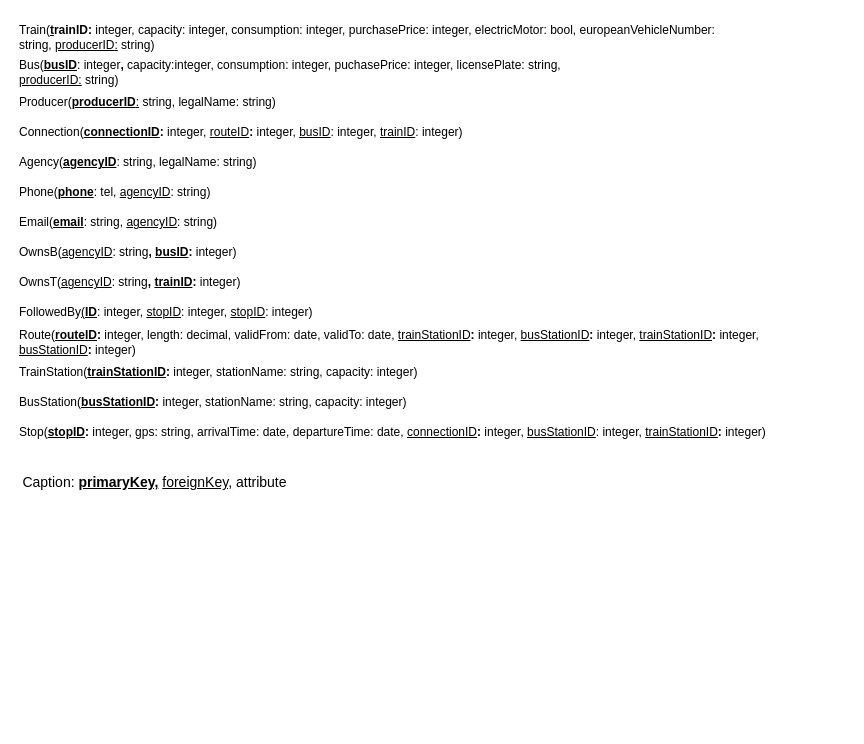
Above: 4/model/relational.drawio in zhukovdm/T1G4 (draw.io), before the change. Source tidied: cells renumbered, new cells numbered last; positions are measured from the earlier drawing's top-left corner, leaving out a move shared by most shapes. Both pictures are drawn from the tidied source at 100%, with x=0, y=0 at pixel (17, 17).
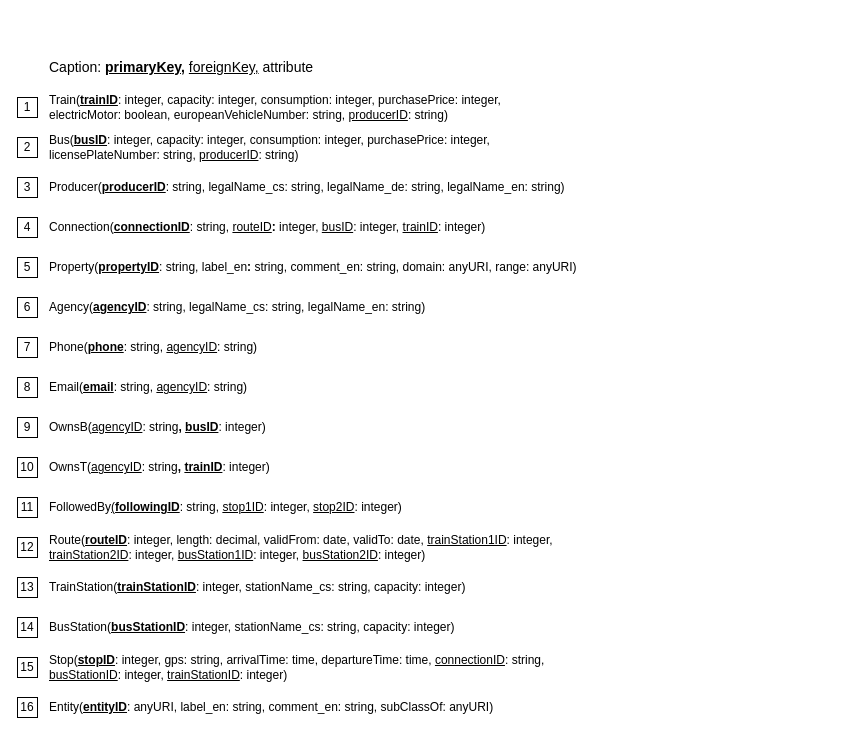
The same page after the edit.

Commit message (it also covers changes not shown here):
relational model, ver. 2

Change to the diagram source:
```diff
@@
-    <mxCell id="2" value="Train(&lt;b&gt;&lt;u&gt;t&lt;/u&gt;&lt;/b&gt;&lt;b&gt;rainID:&lt;/b&gt;&amp;nbsp;integer, capacity: integer, consumption: integer, purchasePrice: integer, electricMotor: bool, europeanVehicleNumber: string, &lt;u&gt;producerID&lt;/u&gt;&lt;u&gt;:&lt;/u&gt;&amp;nbsp;string)" style="text;html=1;strokeColor=none;fillColor=none;align=left;verticalAlign=middle;whiteSpace=wrap;rounded=0;" parent="1" vertex="1">
-      <mxGeometry width="700" height="40" as="geometry" />
+    <mxCell id="2" value="Train(&lt;b&gt;&lt;u&gt;t&lt;/u&gt;&lt;/b&gt;&lt;u style=&quot;font-weight: bold;&quot;&gt;rainID&lt;/u&gt;:&amp;nbsp;integer, capacity: integer, consumption: integer, purchasePrice: integer,&lt;br&gt;electricMotor: boolean, europeanVehicleNumber: string, &lt;u&gt;producerID&lt;/u&gt;:&amp;nbsp;string)" style="text;html=1;strokeColor=none;fillColor=none;align=left;verticalAlign=middle;whiteSpace=wrap;rounded=0;" parent="1" vertex="1">
+      <mxGeometry x="30" y="70" width="560" height="40" as="geometry" />
     </mxCell>
-    <mxCell id="3" value="Bus(&lt;u style=&quot;font-weight: bold&quot;&gt;busID&lt;/u&gt;: integer&lt;u style=&quot;font-weight: bold&quot;&gt;,&lt;/u&gt; capacity:integer, consumption: integer, puchasePrice: integer, licensePlate: string, &lt;u&gt;producerID:&lt;/u&gt;&amp;nbsp;string)" style="text;html=1;strokeColor=none;fillColor=none;align=left;verticalAlign=middle;whiteSpace=wrap;rounded=0;" parent="1" vertex="1">
-      <mxGeometry y="40" width="550" height="30" as="geometry" />
+    <mxCell id="3" value="Bus(&lt;u style=&quot;font-weight: bold&quot;&gt;busID&lt;/u&gt;: integer,&amp;nbsp;capacity: integer, consumption: integer, purchasePrice: integer,&lt;br&gt;licensePlateNumber: string, &lt;u&gt;producerID&lt;/u&gt;:&amp;nbsp;string)" style="text;html=1;strokeColor=none;fillColor=none;align=left;verticalAlign=middle;whiteSpace=wrap;rounded=0;" parent="1" vertex="1">
+      <mxGeometry x="30" y="110" width="560" height="40" as="geometry" />
     </mxCell>
-    <mxCell id="4" value="Producer(&lt;b&gt;&lt;u&gt;producerID&lt;/u&gt;&lt;/b&gt;&lt;u&gt;:&lt;/u&gt;&amp;nbsp;string, legalName: string)" style="text;html=1;strokeColor=none;fillColor=none;align=left;verticalAlign=middle;whiteSpace=wrap;rounded=0;" parent="1" vertex="1">
-      <mxGeometry y="70" width="260" height="30" as="geometry" />
+    <mxCell id="4" value="Producer(&lt;b&gt;&lt;u&gt;producerID&lt;/u&gt;&lt;/b&gt;:&amp;nbsp;string, legalName_cs: string, legalName_de: string, legalName_en: string)" style="text;html=1;strokeColor=none;fillColor=none;align=left;verticalAlign=middle;whiteSpace=wrap;rounded=0;" parent="1" vertex="1">
+      <mxGeometry x="30" y="150" width="560" height="40" as="geometry" />
     </mxCell>
-    <mxCell id="5" value="Connection(&lt;b&gt;&lt;u&gt;connectionID&lt;/u&gt;&lt;/b&gt;&lt;b&gt;:&lt;/b&gt;&amp;nbsp;integer, &lt;u&gt;routeID&lt;/u&gt;&lt;b&gt;:&lt;/b&gt;&amp;nbsp;integer, &lt;u&gt;busID&lt;/u&gt;: integer,&amp;nbsp;&lt;u&gt;trainID&lt;/u&gt;: integer)" style="text;html=1;strokeColor=none;fillColor=none;align=left;verticalAlign=middle;whiteSpace=wrap;rounded=0;" parent="1" vertex="1">
-      <mxGeometry y="100" width="460" height="30" as="geometry" />
+    <mxCell id="5" value="Connection(&lt;b&gt;&lt;u&gt;connectionID&lt;/u&gt;&lt;/b&gt;:&amp;nbsp;string, &lt;u&gt;routeID&lt;/u&gt;&lt;b&gt;:&lt;/b&gt;&amp;nbsp;integer, &lt;u&gt;busID&lt;/u&gt;: integer,&amp;nbsp;&lt;u&gt;trainID&lt;/u&gt;: integer)" style="text;html=1;strokeColor=none;fillColor=none;align=left;verticalAlign=middle;whiteSpace=wrap;rounded=0;" parent="1" vertex="1">
+      <mxGeometry x="30" y="190" width="560" height="40" as="geometry" />
     </mxCell>
-    <mxCell id="6" style="edgeStyle=none;html=1;" parent="1" edge="1" target="5">
-      <mxGeometry relative="1" as="geometry">
-        <mxPoint x="180" y="130" as="sourcePoint" />
-      </mxGeometry>
-    </mxCell>
-    <mxCell id="7" value="Agency(&lt;b&gt;&lt;u&gt;agencyID&lt;/u&gt;&lt;/b&gt;: string, legalName: string)" style="text;html=1;strokeColor=none;fillColor=none;align=left;verticalAlign=middle;whiteSpace=wrap;rounded=0;" parent="1" vertex="1">
-      <mxGeometry y="130" width="240" height="30" as="geometry" />
+    <mxCell id="7" value="Agency(&lt;b&gt;&lt;u&gt;agencyID&lt;/u&gt;&lt;/b&gt;: string, legalName_cs: string, legalName_en: string)" style="text;html=1;strokeColor=none;fillColor=none;align=left;verticalAlign=middle;whiteSpace=wrap;rounded=0;" parent="1" vertex="1">
+      <mxGeometry x="30" y="270" width="560" height="40" as="geometry" />
     </mxCell>
-    <mxCell id="8" value="Phone(&lt;b&gt;&lt;u&gt;phone&lt;/u&gt;&lt;/b&gt;: tel, &lt;u&gt;agencyID&lt;/u&gt;: string)" style="text;html=1;strokeColor=none;fillColor=none;align=left;verticalAlign=middle;whiteSpace=wrap;rounded=0;" parent="1" vertex="1">
-      <mxGeometry y="160" width="200" height="30" as="geometry" />
+    <mxCell id="8" value="Phone(&lt;b&gt;&lt;u&gt;phone&lt;/u&gt;&lt;/b&gt;: string, &lt;u&gt;agencyID&lt;/u&gt;: string)" style="text;html=1;strokeColor=none;fillColor=none;align=left;verticalAlign=middle;whiteSpace=wrap;rounded=0;" parent="1" vertex="1">
+      <mxGeometry x="30" y="310" width="560" height="40" as="geometry" />
     </mxCell>
-    <mxCell id="9" value="Email(&lt;b&gt;&lt;u&gt;email&lt;/u&gt;&lt;/b&gt;: string, &lt;u&gt;agencyID&lt;/u&gt;: string)" style="text;html=1;strokeColor=none;fillColor=none;align=left;verticalAlign=middle;whiteSpace=wrap;rounded=0;" parent="1" vertex="1">
-      <mxGeometry y="190" width="210" height="30" as="geometry" />
+    <mxCell id="9" value="Email(&lt;u style=&quot;font-weight: bold;&quot;&gt;email&lt;/u&gt;: string, &lt;u&gt;agencyID&lt;/u&gt;: string)" style="text;html=1;strokeColor=none;fillColor=none;align=left;verticalAlign=middle;whiteSpace=wrap;rounded=0;" parent="1" vertex="1">
+      <mxGeometry x="30" y="350" width="560" height="40" as="geometry" />
     </mxCell>
-    <mxCell id="10" value="OwnsB(&lt;u&gt;agencyID&lt;/u&gt;: string&lt;b&gt;, &lt;u&gt;busID&lt;/u&gt;&lt;/b&gt;&lt;b&gt;:&lt;/b&gt;&amp;nbsp;integer)" style="text;html=1;strokeColor=none;fillColor=none;align=left;verticalAlign=middle;whiteSpace=wrap;rounded=0;" parent="1" vertex="1">
-      <mxGeometry y="220" width="260" height="30" as="geometry" />
+    <mxCell id="10" value="OwnsB(&lt;u&gt;agencyID&lt;/u&gt;: string&lt;b&gt;, &lt;u&gt;busID&lt;/u&gt;&lt;/b&gt;:&amp;nbsp;integer)" style="text;html=1;strokeColor=none;fillColor=none;align=left;verticalAlign=middle;whiteSpace=wrap;rounded=0;" parent="1" vertex="1">
+      <mxGeometry x="30" y="390" width="560" height="40" as="geometry" />
     </mxCell>
-    <mxCell id="11" value="Stop(&lt;b&gt;&lt;u&gt;stopID&lt;/u&gt;&lt;/b&gt;&lt;b&gt;:&lt;/b&gt;&amp;nbsp;integer, gps: string, arrivalTime: date, departureTime: date, &lt;u&gt;connectionID&lt;/u&gt;&lt;b&gt;:&lt;/b&gt;&amp;nbsp;integer, &lt;u&gt;busStationID&lt;/u&gt;:&amp;nbsp;integer,&amp;nbsp;&lt;u&gt;trainStationID&lt;/u&gt;&lt;b&gt;:&lt;/b&gt;&amp;nbsp;integer)" style="text;html=1;strokeColor=none;fillColor=none;align=left;verticalAlign=middle;whiteSpace=wrap;rounded=0;" parent="1" vertex="1">
-      <mxGeometry y="400" width="830" height="30" as="geometry" />
+    <mxCell id="11" value="Stop(&lt;b&gt;&lt;u&gt;stopID&lt;/u&gt;&lt;/b&gt;:&amp;nbsp;integer, gps: string, arrivalTime: time, departureTime: time, &lt;u&gt;connectionID&lt;/u&gt;:&lt;b&gt;&amp;nbsp;&lt;/b&gt;string, &lt;u&gt;busStationID&lt;/u&gt;:&amp;nbsp;integer,&amp;nbsp;&lt;u&gt;trainStationID&lt;/u&gt;:&amp;nbsp;integer)" style="text;html=1;strokeColor=none;fillColor=none;align=left;verticalAlign=middle;whiteSpace=wrap;rounded=0;" parent="1" vertex="1">
+      <mxGeometry x="30" y="630" width="560" height="40" as="geometry" />
     </mxCell>
-    <mxCell id="12" value="Route(&lt;b&gt;&lt;u&gt;routeID&lt;/u&gt;&lt;/b&gt;&lt;b&gt;:&lt;/b&gt;&amp;nbsp;integer,&amp;nbsp;length: decimal, validFrom: date, validTo: date, &lt;u&gt;trainStationID&lt;/u&gt;&lt;b&gt;:&lt;/b&gt;&amp;nbsp;integer,&amp;nbsp;&lt;u&gt;busStationID&lt;/u&gt;&lt;b&gt;:&lt;/b&gt;&amp;nbsp;integer, &lt;u&gt;trainStationID&lt;/u&gt;&lt;b&gt;:&lt;/b&gt;&amp;nbsp;integer,&amp;nbsp;&lt;u&gt;&lt;br&gt;busStationID&lt;/u&gt;&lt;b&gt;:&lt;/b&gt;&amp;nbsp;integer)" style="text;html=1;strokeColor=none;fillColor=none;align=left;verticalAlign=middle;whiteSpace=wrap;rounded=0;" parent="1" vertex="1">
-      <mxGeometry y="310" width="770" height="30" as="geometry" />
-    </mxCell>
-    <mxCell id="13" style="edgeStyle=none;html=1;" parent="1" edge="1" source="14" target="12">
-      <mxGeometry relative="1" as="geometry" />
-    </mxCell>
-    <mxCell id="14" value="TrainStation(&lt;b&gt;&lt;u&gt;trainStationID&lt;/u&gt;&lt;/b&gt;&lt;b&gt;:&lt;/b&gt;&amp;nbsp;integer, stationName: string, capacity: integer)&amp;nbsp;&amp;nbsp;" style="text;html=1;strokeColor=none;fillColor=none;align=left;verticalAlign=middle;whiteSpace=wrap;rounded=0;" parent="1" vertex="1">
-      <mxGeometry y="340" width="410" height="30" as="geometry" />
+    <mxCell id="14" value="TrainStation(&lt;b&gt;&lt;u&gt;trainStationID&lt;/u&gt;&lt;/b&gt;:&amp;nbsp;integer, stationName_cs: string, capacity: integer)&amp;nbsp;&amp;nbsp;" style="text;html=1;strokeColor=none;fillColor=none;align=left;verticalAlign=middle;whiteSpace=wrap;rounded=0;" parent="1" vertex="1">
+      <mxGeometry x="30" y="550" width="560" height="40" as="geometry" />
     </mxCell>
-    <mxCell id="15" value="BusStation(&lt;b&gt;&lt;u&gt;busStationID&lt;/u&gt;&lt;/b&gt;&lt;b&gt;:&lt;/b&gt;&amp;nbsp;integer, stationName: string, capacity: integer)" style="text;html=1;strokeColor=none;fillColor=none;align=left;verticalAlign=middle;whiteSpace=wrap;rounded=0;" parent="1" vertex="1">
-      <mxGeometry y="370" width="390" height="30" as="geometry" />
+    <mxCell id="15" value="BusStation(&lt;b&gt;&lt;u&gt;busStationID&lt;/u&gt;&lt;/b&gt;:&amp;nbsp;integer, stationName_cs: string, capacity: integer)" style="text;html=1;strokeColor=none;fillColor=none;align=left;verticalAlign=middle;whiteSpace=wrap;rounded=0;" parent="1" vertex="1">
+      <mxGeometry x="30" y="590" width="560" height="40" as="geometry" />
     </mxCell>
-    <mxCell id="16" value="&lt;font style=&quot;font-size: 14px&quot;&gt;Caption: &lt;b&gt;&lt;u&gt;primaryKey,&lt;/u&gt;&amp;nbsp;&lt;/b&gt;&lt;u&gt;foreignKey,&lt;/u&gt;&amp;nbsp;attribute&lt;/font&gt;" style="text;html=1;strokeColor=none;fillColor=none;align=center;verticalAlign=middle;whiteSpace=wrap;rounded=0;" parent="1" vertex="1">
-      <mxGeometry y="440" width="275" height="50" as="geometry" />
+    <mxCell id="16" value="&lt;font style=&quot;font-size: 14px&quot;&gt;Caption: &lt;b&gt;&lt;u&gt;primaryKey,&lt;/u&gt;&amp;nbsp;&lt;/b&gt;&lt;u&gt;foreignKey,&lt;/u&gt;&amp;nbsp;attribute&lt;/font&gt;" style="text;html=1;strokeColor=none;fillColor=none;align=left;verticalAlign=middle;whiteSpace=wrap;rounded=0;" parent="1" vertex="1">
+      <mxGeometry x="30" y="30" width="560" height="40" as="geometry" />
     </mxCell>
-    <mxCell id="17" value="&lt;div&gt;FollowedBy&lt;u&gt;(&lt;/u&gt;&lt;b&gt;&lt;u&gt;ID&lt;/u&gt;&lt;/b&gt;&lt;span&gt;: integer&lt;/span&gt;,&amp;nbsp;&lt;u&gt;stopID&lt;/u&gt;: integer, &lt;u&gt;stopID&lt;/u&gt;: integer)&lt;/div&gt;" style="text;html=1;strokeColor=none;fillColor=none;align=left;verticalAlign=middle;whiteSpace=wrap;rounded=0;" parent="1" vertex="1">
-      <mxGeometry y="280" width="400" height="30" as="geometry" />
+    <mxCell id="17" value="&lt;div&gt;FollowedBy&lt;u&gt;(&lt;b&gt;following&lt;/b&gt;&lt;/u&gt;&lt;b&gt;&lt;u&gt;ID&lt;/u&gt;&lt;/b&gt;&lt;span&gt;: string&lt;/span&gt;,&amp;nbsp;&lt;u&gt;stop1ID&lt;/u&gt;: integer, &lt;u&gt;stop2ID&lt;/u&gt;: integer)&lt;/div&gt;" style="text;html=1;strokeColor=none;fillColor=none;align=left;verticalAlign=middle;whiteSpace=wrap;rounded=0;" parent="1" vertex="1">
+      <mxGeometry x="30" y="470" width="560" height="40" as="geometry" />
     </mxCell>
-    <mxCell id="18" value="&lt;span&gt;OwnsT(&lt;/span&gt;&lt;u&gt;agencyID&lt;/u&gt;&lt;span&gt;: string&lt;/span&gt;&lt;b&gt;,&amp;nbsp;&lt;u&gt;trainID&lt;/u&gt;&lt;/b&gt;&lt;b&gt;:&lt;/b&gt;&lt;span&gt;&amp;nbsp;integer)&lt;/span&gt;" style="text;html=1;strokeColor=none;fillColor=none;align=left;verticalAlign=middle;whiteSpace=wrap;rounded=0;" parent="1" vertex="1">
-      <mxGeometry y="250" width="390" height="30" as="geometry" />
+    <mxCell id="18" value="&lt;span&gt;OwnsT(&lt;/span&gt;&lt;u&gt;agencyID&lt;/u&gt;&lt;span&gt;: string&lt;/span&gt;&lt;b&gt;,&amp;nbsp;&lt;u&gt;trainID&lt;/u&gt;&lt;/b&gt;:&lt;span&gt;&amp;nbsp;integer)&lt;/span&gt;" style="text;html=1;strokeColor=none;fillColor=none;align=left;verticalAlign=middle;whiteSpace=wrap;rounded=0;" parent="1" vertex="1">
+      <mxGeometry x="30" y="430" width="560" height="40" as="geometry" />
     </mxCell>
+    <mxCell id="19" value="1" style="rounded=0;whiteSpace=wrap;html=1;" parent="1" vertex="1">
+      <mxGeometry y="80" width="20" height="20" as="geometry" />
+    </mxCell>
+    <mxCell id="20" value="2" style="rounded=0;whiteSpace=wrap;html=1;" parent="1" vertex="1">
+      <mxGeometry y="120" width="20" height="20" as="geometry" />
+    </mxCell>
+    <mxCell id="21" value="3" style="rounded=0;whiteSpace=wrap;html=1;" parent="1" vertex="1">
+      <mxGeometry y="160" width="20" height="20" as="geometry" />
+    </mxCell>
+    <mxCell id="22" value="4" style="rounded=0;whiteSpace=wrap;html=1;" parent="1" vertex="1">
+      <mxGeometry y="200" width="20" height="20" as="geometry" />
+    </mxCell>
+    <mxCell id="23" value="5" style="rounded=0;whiteSpace=wrap;html=1;" parent="1" vertex="1">
+      <mxGeometry y="240" width="20" height="20" as="geometry" />
+    </mxCell>
+    <mxCell id="24" value="Property(&lt;b&gt;&lt;u&gt;propertyID&lt;/u&gt;&lt;/b&gt;:&amp;nbsp;string, label_en&lt;b&gt;:&lt;/b&gt;&amp;nbsp;string, comment_en: string, domain: anyURI, range: anyURI)" style="text;html=1;strokeColor=none;fillColor=none;align=left;verticalAlign=middle;whiteSpace=wrap;rounded=0;" parent="1" vertex="1">
+      <mxGeometry x="30" y="230" width="560" height="40" as="geometry" />
+    </mxCell>
+    <mxCell id="25" value="6" style="rounded=0;whiteSpace=wrap;html=1;" parent="1" vertex="1">
+      <mxGeometry y="280" width="20" height="20" as="geometry" />
+    </mxCell>
+    <mxCell id="26" value="7" style="rounded=0;whiteSpace=wrap;html=1;" parent="1" vertex="1">
+      <mxGeometry y="320" width="20" height="20" as="geometry" />
+    </mxCell>
+    <mxCell id="27" value="8" style="rounded=0;whiteSpace=wrap;html=1;" parent="1" vertex="1">
+      <mxGeometry y="360" width="20" height="20" as="geometry" />
+    </mxCell>
+    <mxCell id="28" value="9" style="rounded=0;whiteSpace=wrap;html=1;" parent="1" vertex="1">
+      <mxGeometry y="400" width="20" height="20" as="geometry" />
+    </mxCell>
+    <mxCell id="29" value="10" style="rounded=0;whiteSpace=wrap;html=1;" parent="1" vertex="1">
+      <mxGeometry y="440" width="20" height="20" as="geometry" />
+    </mxCell>
+    <mxCell id="30" value="11" style="rounded=0;whiteSpace=wrap;html=1;" parent="1" vertex="1">
+      <mxGeometry y="480" width="20" height="20" as="geometry" />
+    </mxCell>
+    <mxCell id="31" value="12" style="rounded=0;whiteSpace=wrap;html=1;" parent="1" vertex="1">
+      <mxGeometry y="520" width="20" height="20" as="geometry" />
+    </mxCell>
+    <mxCell id="32" value="Route(&lt;u&gt;&lt;b&gt;routeID&lt;/b&gt;&lt;/u&gt;: integer, length: decimal, validFrom: date, validTo: date, &lt;u&gt;trainStation1ID&lt;/u&gt;: integer, &lt;u&gt;trainStation2ID&lt;/u&gt;: integer, &lt;u&gt;busStation1ID&lt;/u&gt;: integer, &lt;u&gt;busStation2ID&lt;/u&gt;: integer)" style="text;html=1;strokeColor=none;fillColor=none;align=left;verticalAlign=middle;whiteSpace=wrap;rounded=0;" parent="1" vertex="1">
+      <mxGeometry x="30" y="510" width="560" height="40" as="geometry" />
+    </mxCell>
+    <mxCell id="33" value="13" style="rounded=0;whiteSpace=wrap;html=1;" parent="1" vertex="1">
+      <mxGeometry y="560" width="20" height="20" as="geometry" />
+    </mxCell>
+    <mxCell id="34" value="14" style="rounded=0;whiteSpace=wrap;html=1;" parent="1" vertex="1">
+      <mxGeometry y="600" width="20" height="20" as="geometry" />
+    </mxCell>
+    <mxCell id="35" value="15" style="rounded=0;whiteSpace=wrap;html=1;" parent="1" vertex="1">
+      <mxGeometry y="640" width="20" height="20" as="geometry" />
+    </mxCell>
+    <mxCell id="36" value="16" style="rounded=0;whiteSpace=wrap;html=1;" parent="1" vertex="1">
+      <mxGeometry y="680" width="20" height="20" as="geometry" />
+    </mxCell>
+    <mxCell id="37" value="Entity(&lt;b&gt;&lt;u&gt;entityID&lt;/u&gt;&lt;/b&gt;:&amp;nbsp;anyURI, label_en: string, comment_en: string, subClassOf: anyURI)" style="text;html=1;strokeColor=none;fillColor=none;align=left;verticalAlign=middle;whiteSpace=wrap;rounded=0;" parent="1" vertex="1">
+      <mxGeometry x="30" y="670" width="560" height="40" as="geometry" />
+    </mxCell>
```
